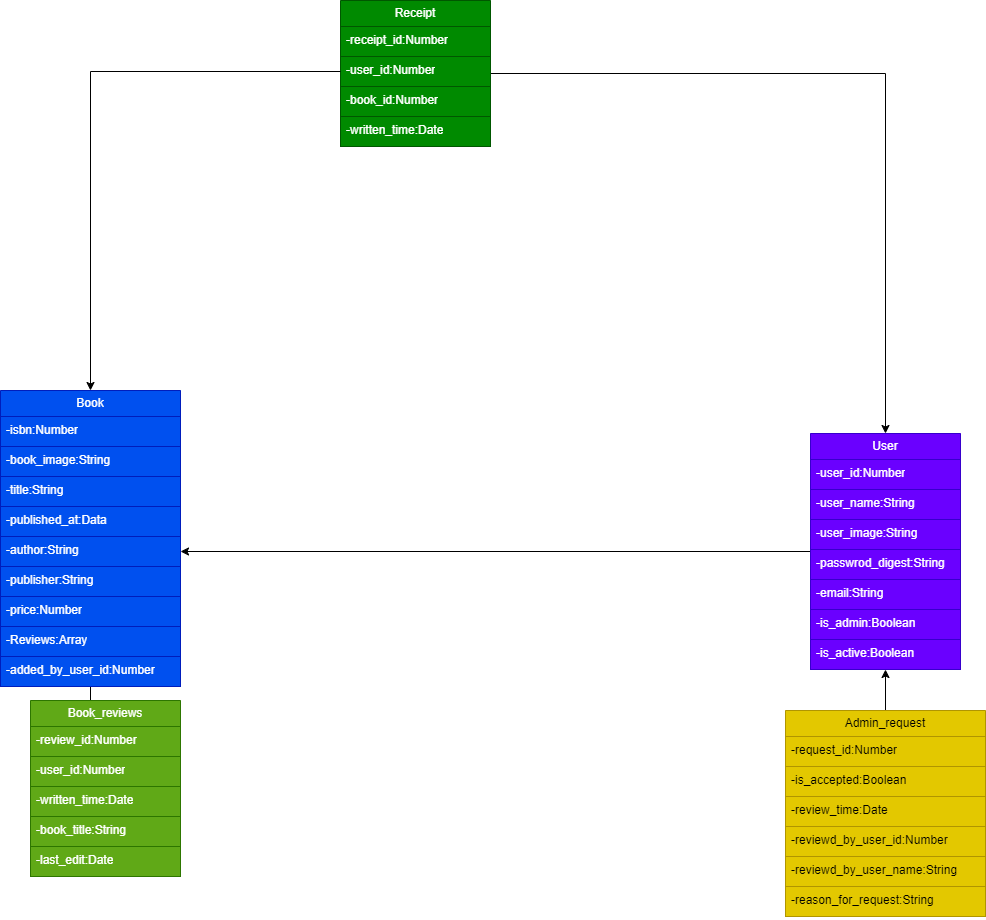
Earlier version of the draw.io export images/Books_Builds_Minds-UML_Diagram.drawio.png (HussainALAradi5/books_builds_minds). Source tidied: cells renumbered, new cells last; positions are measured from the earlier drawing's top-left corner, leaving out a move shared by most shapes.
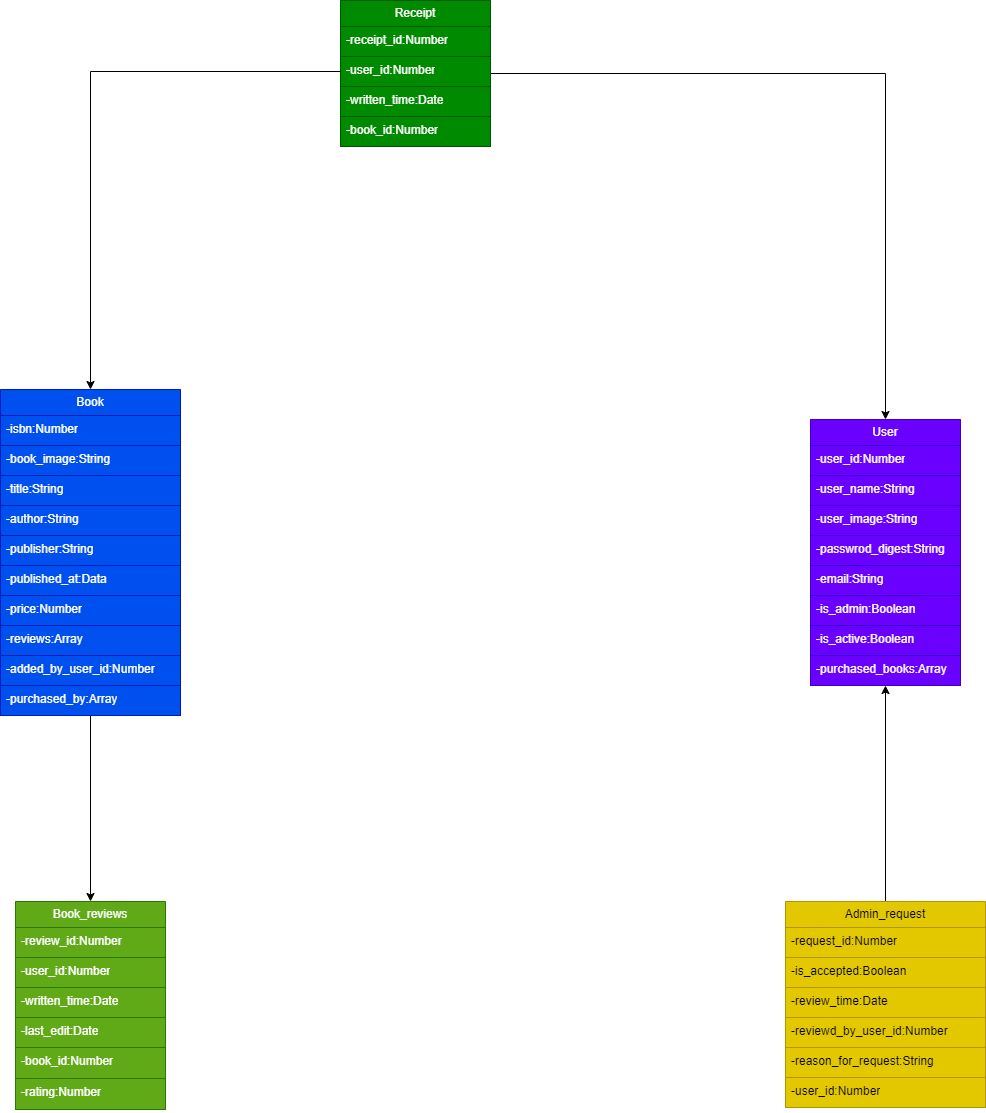
After the change.

The edit, as a diff of the source:
```diff
@@ -2,11 +2,8 @@
   <root>
     <mxCell id="0" />
     <mxCell id="1" parent="0" />
-    <mxCell id="2" style="edgeStyle=orthogonalEdgeStyle;rounded=0;jettySize=auto;html=1;entryX=1;entryY=0.5;entryDx=0;entryDy=0;" parent="1" edge="1" source="3" target="17">
-      <mxGeometry relative="1" as="geometry" />
-    </mxCell>
     <mxCell id="3" value="User" style="swimlane;fontStyle=0;horizontal=1;startSize=26;fillColor=#6a00ff;whiteSpace=wrap;html=1;fontColor=#ffffff;strokeColor=#3700CC;" parent="1" vertex="1">
-      <mxGeometry x="810" y="433" width="150" height="236" as="geometry" />
+      <mxGeometry x="810" y="418" width="150" height="266" as="geometry" />
     </mxCell>
     <mxCell id="4" value="-user_id:Number" style="text;strokeColor=#3700CC;fillColor=#6a00ff;align=left;verticalAlign=top;spacingLeft=4;spacingRight=4;overflow=hidden;whiteSpace=wrap;html=1;fontColor=#ffffff;" parent="3" vertex="1">
       <mxGeometry y="26" width="150" height="30" as="geometry" />
@@ -29,11 +26,14 @@
     <mxCell id="10" value="-is_active:Boolean" style="text;strokeColor=#3700CC;fillColor=#6a00ff;align=left;verticalAlign=top;spacingLeft=4;spacingRight=4;overflow=hidden;whiteSpace=wrap;html=1;fontColor=#ffffff;" parent="3" vertex="1">
       <mxGeometry y="206" width="150" height="30" as="geometry" />
     </mxCell>
+    <mxCell id="43" value="-purchased_books:Array" style="text;strokeColor=#3700CC;fillColor=#6a00ff;align=left;verticalAlign=top;spacingLeft=4;spacingRight=4;overflow=hidden;whiteSpace=wrap;html=1;fontColor=#ffffff;" parent="3" vertex="1">
+      <mxGeometry y="236" width="150" height="30" as="geometry" />
+    </mxCell>
     <mxCell id="11" style="edgeStyle=orthogonalEdgeStyle;rounded=0;jettySize=auto;html=1;entryX=0.5;entryY=0;entryDx=0;entryDy=0;" parent="1" edge="1" source="12" target="22">
       <mxGeometry relative="1" as="geometry" />
     </mxCell>
     <mxCell id="12" value="Book" style="swimlane;fontStyle=0;horizontal=1;startSize=26;fillColor=#0050ef;whiteSpace=wrap;html=1;fontColor=#ffffff;strokeColor=#001DBC;" parent="1" vertex="1">
-      <mxGeometry y="390" width="180" height="296" as="geometry" />
+      <mxGeometry y="388" width="180" height="326" as="geometry" />
     </mxCell>
     <mxCell id="13" value="-isbn:Number" style="text;strokeColor=#001DBC;fillColor=#0050ef;align=left;verticalAlign=top;spacingLeft=4;spacingRight=4;overflow=hidden;whiteSpace=wrap;html=1;fontColor=#ffffff;" parent="12" vertex="1">
       <mxGeometry y="26" width="180" height="30" as="geometry" />
@@ -44,26 +44,29 @@
     <mxCell id="15" value="-title:String" style="text;strokeColor=#001DBC;fillColor=#0050ef;align=left;verticalAlign=top;spacingLeft=4;spacingRight=4;overflow=hidden;whiteSpace=wrap;html=1;fontColor=#ffffff;" parent="12" vertex="1">
       <mxGeometry y="86" width="180" height="30" as="geometry" />
     </mxCell>
-    <mxCell id="16" value="-published_at:Data" style="text;strokeColor=#001DBC;fillColor=#0050ef;align=left;verticalAlign=top;spacingLeft=4;spacingRight=4;overflow=hidden;whiteSpace=wrap;html=1;fontColor=#ffffff;" parent="12" vertex="1">
-      <mxGeometry y="116" width="180" height="30" as="geometry" />
-    </mxCell>
     <mxCell id="17" value="-author:String" style="text;strokeColor=#001DBC;fillColor=#0050ef;align=left;verticalAlign=top;spacingLeft=4;spacingRight=4;overflow=hidden;points=[[0,0.5],[1,0.5]];portConstraint=eastwest;whiteSpace=wrap;html=1;fontColor=#ffffff;" parent="12" vertex="1">
-      <mxGeometry y="146" width="180" height="30" as="geometry" />
+      <mxGeometry y="116" width="180" height="30" as="geometry" />
     </mxCell>
     <mxCell id="18" value="-publisher:String" style="text;strokeColor=#001DBC;fillColor=#0050ef;align=left;verticalAlign=top;spacingLeft=4;spacingRight=4;overflow=hidden;whiteSpace=wrap;html=1;fontColor=#ffffff;" parent="12" vertex="1">
-      <mxGeometry y="176" width="180" height="30" as="geometry" />
+      <mxGeometry y="146" width="180" height="30" as="geometry" />
     </mxCell>
+    <mxCell id="16" value="-published_at:Data" style="text;strokeColor=#001DBC;fillColor=#0050ef;align=left;verticalAlign=top;spacingLeft=4;spacingRight=4;overflow=hidden;whiteSpace=wrap;html=1;fontColor=#ffffff;" parent="12" vertex="1">
+      <mxGeometry y="176" width="180" height="30" as="geometry" />
+    </mxCell>
     <mxCell id="19" value="-price:Number" style="text;strokeColor=#001DBC;fillColor=#0050ef;align=left;verticalAlign=top;spacingLeft=4;spacingRight=4;overflow=hidden;whiteSpace=wrap;html=1;fontColor=#ffffff;" parent="12" vertex="1">
       <mxGeometry y="206" width="180" height="30" as="geometry" />
     </mxCell>
-    <mxCell id="20" value="-Reviews:Array" style="text;strokeColor=#001DBC;fillColor=#0050ef;align=left;verticalAlign=top;spacingLeft=4;spacingRight=4;overflow=hidden;whiteSpace=wrap;html=1;fontColor=#ffffff;" parent="12" vertex="1">
+    <mxCell id="20" value="-reviews:Array" style="text;strokeColor=#001DBC;fillColor=#0050ef;align=left;verticalAlign=top;spacingLeft=4;spacingRight=4;overflow=hidden;whiteSpace=wrap;html=1;fontColor=#ffffff;" parent="12" vertex="1">
       <mxGeometry y="236" width="180" height="30" as="geometry" />
     </mxCell>
     <mxCell id="21" value="-added_by_user_id:Number" style="text;strokeColor=#001DBC;fillColor=#0050ef;align=left;verticalAlign=top;spacingLeft=4;spacingRight=4;overflow=hidden;whiteSpace=wrap;html=1;fontColor=#ffffff;" parent="12" vertex="1">
       <mxGeometry y="266" width="180" height="30" as="geometry" />
     </mxCell>
+    <mxCell id="44" value="-purchased_by:Array" style="text;strokeColor=#001DBC;fillColor=#0050ef;align=left;verticalAlign=top;spacingLeft=4;spacingRight=4;overflow=hidden;whiteSpace=wrap;html=1;fontColor=#ffffff;" parent="12" vertex="1">
+      <mxGeometry y="296" width="180" height="30" as="geometry" />
+    </mxCell>
     <mxCell id="22" value="Book_reviews" style="swimlane;fontStyle=0;horizontal=1;startSize=26;fillColor=#60a917;whiteSpace=wrap;html=1;fontColor=#ffffff;strokeColor=#2D7600;" parent="1" vertex="1">
-      <mxGeometry x="30" y="700" width="150" height="176" as="geometry" />
+      <mxGeometry x="15" y="900" width="150" height="208" as="geometry" />
     </mxCell>
     <mxCell id="23" value="-review_id:Number" style="text;strokeColor=#2D7600;fillColor=#60a917;align=left;verticalAlign=top;spacingLeft=4;spacingRight=4;overflow=hidden;whiteSpace=wrap;html=1;fontColor=#ffffff;" parent="22" vertex="1">
       <mxGeometry y="26" width="150" height="30" as="geometry" />
@@ -74,17 +77,20 @@
     <mxCell id="25" value="-written_time:Date" style="text;strokeColor=#2D7600;fillColor=#60a917;align=left;verticalAlign=top;spacingLeft=4;spacingRight=4;overflow=hidden;whiteSpace=wrap;html=1;fontColor=#ffffff;" parent="22" vertex="1">
       <mxGeometry y="86" width="150" height="30" as="geometry" />
     </mxCell>
+    <mxCell id="27" value="-last_edit:Date" style="text;strokeColor=#2D7600;fillColor=#60a917;align=left;verticalAlign=top;spacingLeft=4;spacingRight=4;overflow=hidden;whiteSpace=wrap;html=1;fontColor=#ffffff;" parent="22" vertex="1">
+      <mxGeometry y="116" width="150" height="30" as="geometry" />
+    </mxCell>
-    <mxCell id="26" value="-book_title:String" style="text;strokeColor=#2D7600;fillColor=#60a917;align=left;verticalAlign=top;spacingLeft=4;spacingRight=4;overflow=hidden;whiteSpace=wrap;html=1;fontColor=#ffffff;" parent="22" vertex="1">
-      <mxGeometry y="116" width="150" height="30" as="geometry" />
+    <mxCell id="26" value="-book_id:Number" style="text;strokeColor=#2D7600;fillColor=#60a917;align=left;verticalAlign=top;spacingLeft=4;spacingRight=4;overflow=hidden;whiteSpace=wrap;html=1;fontColor=#ffffff;" parent="22" vertex="1">
+      <mxGeometry y="146" width="150" height="31" as="geometry" />
     </mxCell>
-    <mxCell id="27" value="-last_edit:Date" style="text;strokeColor=#2D7600;fillColor=#60a917;align=left;verticalAlign=top;spacingLeft=4;spacingRight=4;overflow=hidden;whiteSpace=wrap;html=1;fontColor=#ffffff;" parent="22" vertex="1">
-      <mxGeometry y="146" width="150" height="30" as="geometry" />
-    </mxCell>
+    <mxCell id="45" value="-rating:Number" style="text;strokeColor=#2D7600;fillColor=#60a917;align=left;verticalAlign=top;spacingLeft=4;spacingRight=4;overflow=hidden;whiteSpace=wrap;html=1;fontColor=#ffffff;" parent="22" vertex="1">
+      <mxGeometry y="177" width="150" height="31" as="geometry" />
+    </mxCell>
     <mxCell id="28" style="edgeStyle=orthogonalEdgeStyle;rounded=0;jettySize=auto;html=1;" parent="1" edge="1" source="29" target="3">
       <mxGeometry relative="1" as="geometry" />
     </mxCell>
     <mxCell id="29" value="Admin_request" style="swimlane;fontStyle=0;horizontal=1;startSize=26;fillColor=#e3c800;whiteSpace=wrap;html=1;fontColor=#000000;strokeColor=#B09500;" parent="1" vertex="1">
-      <mxGeometry x="785" y="710" width="200" height="206" as="geometry" />
+      <mxGeometry x="785" y="900" width="200" height="206" as="geometry" />
     </mxCell>
     <mxCell id="30" value="-request_id:Number" style="text;strokeColor=#B09500;fillColor=#e3c800;align=left;verticalAlign=top;spacingLeft=4;spacingRight=4;overflow=hidden;whiteSpace=wrap;html=1;fontColor=#000000;" parent="29" vertex="1">
       <mxGeometry y="26" width="200" height="30" as="geometry" />
@@ -98,17 +104,17 @@
     <mxCell id="33" value="-reviewd_by_user_id:Number" style="text;strokeColor=#B09500;fillColor=#e3c800;align=left;verticalAlign=top;spacingLeft=4;spacingRight=4;overflow=hidden;whiteSpace=wrap;html=1;fontColor=#000000;" parent="29" vertex="1">
       <mxGeometry y="116" width="200" height="30" as="geometry" />
     </mxCell>
-    <mxCell id="34" value="-reviewd_by_user_name:String" style="text;strokeColor=#B09500;fillColor=#e3c800;align=left;verticalAlign=top;spacingLeft=4;spacingRight=4;overflow=hidden;whiteSpace=wrap;html=1;fontColor=#000000;" parent="29" vertex="1">
-      <mxGeometry y="146" width="200" height="30" as="geometry" />
-    </mxCell>
     <mxCell id="35" value="-reason_for_request:String" style="text;strokeColor=#B09500;fillColor=#e3c800;align=left;verticalAlign=top;spacingLeft=4;spacingRight=4;overflow=hidden;whiteSpace=wrap;html=1;fontColor=#000000;" parent="29" vertex="1">
-      <mxGeometry y="176" width="200" height="30" as="geometry" />
+      <mxGeometry y="146" width="200" height="30" as="geometry" />
     </mxCell>
+    <mxCell id="46" value="-user_id:Number" style="text;strokeColor=#B09500;fillColor=#e3c800;align=left;verticalAlign=top;spacingLeft=4;spacingRight=4;overflow=hidden;whiteSpace=wrap;html=1;fontColor=#000000;" parent="29" vertex="1">
+      <mxGeometry y="176" width="200" height="30" as="geometry" />
+    </mxCell>
     <mxCell id="36" style="edgeStyle=orthogonalEdgeStyle;rounded=0;jettySize=auto;html=1;" parent="1" edge="1" source="37" target="3">
       <mxGeometry relative="1" as="geometry" />
     </mxCell>
     <mxCell id="37" value="Receipt" style="swimlane;fontStyle=0;horizontal=1;startSize=26;fillColor=#008a00;whiteSpace=wrap;html=1;fontColor=#ffffff;strokeColor=#005700;" parent="1" vertex="1">
-      <mxGeometry x="340" width="150" height="146" as="geometry" />
+      <mxGeometry x="340" y="-1" width="150" height="146" as="geometry" />
     </mxCell>
     <mxCell id="38" value="-receipt_id:Number" style="text;strokeColor=#005700;fillColor=#008a00;align=left;verticalAlign=top;spacingLeft=4;spacingRight=4;overflow=hidden;whiteSpace=wrap;html=1;fontColor=#ffffff;" parent="37" vertex="1">
       <mxGeometry y="26" width="150" height="30" as="geometry" />
@@ -116,10 +122,10 @@
     <mxCell id="39" value="-user_id:Number" style="text;strokeColor=#005700;fillColor=#008a00;align=left;verticalAlign=top;spacingLeft=4;spacingRight=4;overflow=hidden;points=[[0,0.5],[1,0.5]];portConstraint=eastwest;whiteSpace=wrap;html=1;fontColor=#ffffff;" parent="37" vertex="1">
       <mxGeometry y="56" width="150" height="30" as="geometry" />
     </mxCell>
-    <mxCell id="40" value="-book_id:Number" style="text;strokeColor=#005700;fillColor=#008a00;align=left;verticalAlign=top;spacingLeft=4;spacingRight=4;overflow=hidden;whiteSpace=wrap;html=1;fontColor=#ffffff;" parent="37" vertex="1">
+    <mxCell id="40" value="-written_time:Date" style="text;strokeColor=#005700;fillColor=#008a00;align=left;verticalAlign=top;spacingLeft=4;spacingRight=4;overflow=hidden;whiteSpace=wrap;html=1;fontColor=#ffffff;" parent="37" vertex="1">
       <mxGeometry y="86" width="150" height="30" as="geometry" />
     </mxCell>
-    <mxCell id="41" value="-written_time:Date" style="text;strokeColor=#005700;fillColor=#008a00;align=left;verticalAlign=top;spacingLeft=4;spacingRight=4;overflow=hidden;whiteSpace=wrap;html=1;fontColor=#ffffff;" parent="37" vertex="1">
+    <mxCell id="41" value="-book_id:Number" style="text;strokeColor=#005700;fillColor=#008a00;align=left;verticalAlign=top;spacingLeft=4;spacingRight=4;overflow=hidden;whiteSpace=wrap;html=1;fontColor=#ffffff;" parent="37" vertex="1">
       <mxGeometry y="116" width="150" height="30" as="geometry" />
     </mxCell>
     <mxCell id="42" style="edgeStyle=orthogonalEdgeStyle;rounded=0;jettySize=auto;html=1;entryX=0.5;entryY=0;entryDx=0;entryDy=0;" parent="1" edge="1" source="39" target="12">
```
